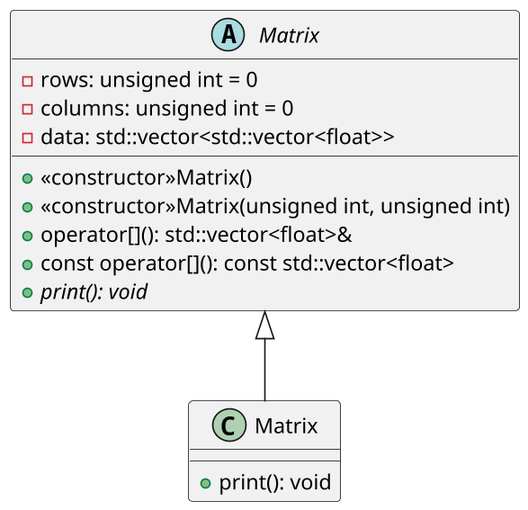
Earlier version of the PlantUML export docs/classes.png (Memnonov/fun_with_matrices).
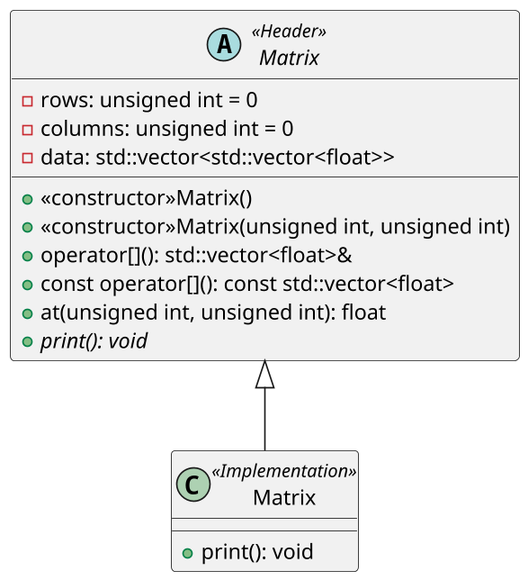
After the change.

Change to the diagram source:
```diff
@@ -3,7 +3,7 @@
 skinparam dpi 160
 skinparam genericdisplay old
 
-abstract "Matrix" as m_header {
+abstract "Matrix" as m_header <<Header>> {
   -rows: unsigned int = 0
   -columns: unsigned int = 0
   -data: std::vector<std::vector<float>>
@@ -11,10 +11,11 @@
   +<<constructor>>Matrix(unsigned int, unsigned int)
   +operator[](): std::vector<float>&
   +const operator[](): const std::vector<float>
+  +at(unsigned int, unsigned int): float
   +{abstract} print(): void
 }
 
-class "Matrix" as m_implementation extends m_header {
+class "Matrix" as m_implementation <<Implementation>> extends m_header {
   +print(): void
 }
 
```
